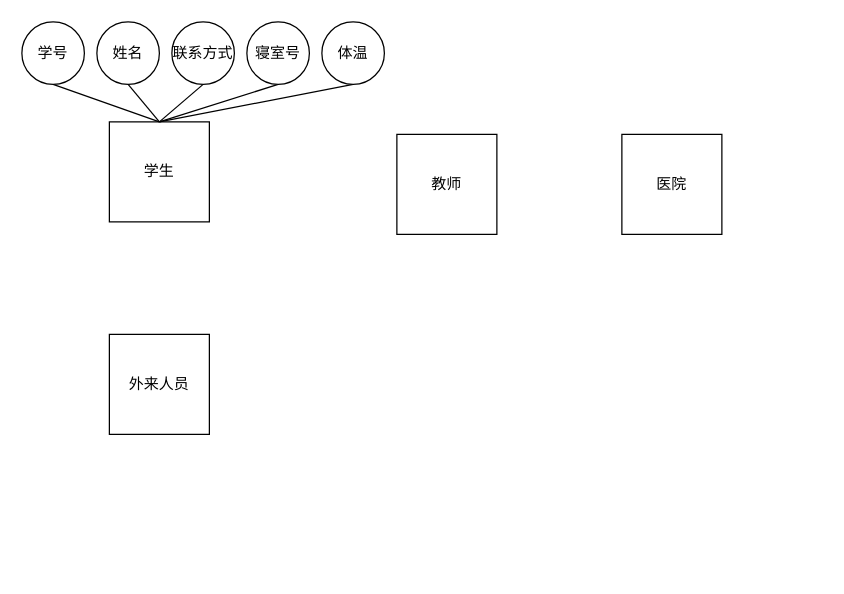
MrliuXing520/diagrams keeps this draw.io diagram as 数据库编程期末项目.drawio. Above is the earlier version. Source tidied: cells renumbered, new cells numbered last; positions are measured from the earlier drawing's top-left corner, leaving out a move shared by most shapes. Both pictures are drawn from the tidied source at 125%, with x=0, y=0 at pixel (21, 21).
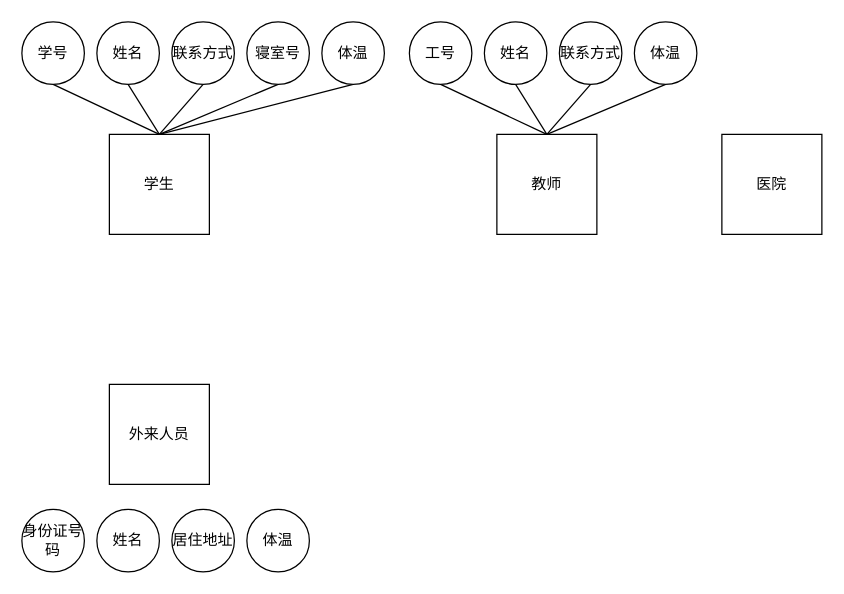
After the change.

Commit message:
更新数据库编程期末项目.drawio

Unchanged cells that the change refers to:
```xml
<mxCell id="11" value="联系方式" style="ellipse;whiteSpace=wrap;html=1;" parent="1" vertex="1">
  <mxGeometry x="120" width="50" height="50" as="geometry" />
</mxCell>
<mxCell id="13" value="寝室号" style="ellipse;whiteSpace=wrap;html=1;" parent="1" vertex="1">
  <mxGeometry x="180" width="50" height="50" as="geometry" />
</mxCell>
```

What changed in the source:
```diff
@@
     <mxCell id="2" value="学生" style="whiteSpace=wrap;html=1;" parent="1" vertex="1">
-      <mxGeometry x="70" y="80" width="80" height="80" as="geometry" />
+      <mxGeometry x="70" y="90" width="80" height="80" as="geometry" />
     </mxCell>
     <mxCell id="3" value="教师" style="whiteSpace=wrap;html=1;" parent="1" vertex="1">
-      <mxGeometry x="300" y="90" width="80" height="80" as="geometry" />
+      <mxGeometry x="380" y="90" width="80" height="80" as="geometry" />
     </mxCell>
     <mxCell id="4" value="医院" style="whiteSpace=wrap;html=1;" parent="1" vertex="1">
-      <mxGeometry x="480" y="90" width="80" height="80" as="geometry" />
+      <mxGeometry x="560" y="90" width="80" height="80" as="geometry" />
     </mxCell>
     <mxCell id="5" value="外来人员" style="whiteSpace=wrap;html=1;" parent="1" vertex="1">
-      <mxGeometry x="70" y="250" width="80" height="80" as="geometry" />
+      <mxGeometry x="70" y="290" width="80" height="80" as="geometry" />
     </mxCell>
@@
     <mxCell id="10" style="edgeStyle=none;rounded=0;jettySize=auto;html=1;exitX=0.5;exitY=1;exitDx=0;exitDy=0;endArrow=none;endFill=0;" parent="1" edge="1" source="11">
       <mxGeometry relative="1" as="geometry">
-        <mxPoint x="110" y="80" as="targetPoint" />
+        <mxPoint x="110" y="90" as="targetPoint" />
       </mxGeometry>
     </mxCell>
@@
     <mxCell id="12" style="edgeStyle=none;rounded=0;jettySize=auto;html=1;exitX=0.5;exitY=1;exitDx=0;exitDy=0;endArrow=none;endFill=0;" parent="1" edge="1" source="13">
       <mxGeometry relative="1" as="geometry">
-        <mxPoint x="110" y="80" as="targetPoint" />
+        <mxPoint x="110" y="90" as="targetPoint" />
       </mxGeometry>
     </mxCell>
@@
+    <mxCell id="16" style="rounded=0;jettySize=auto;html=1;exitX=0.5;exitY=1;exitDx=0;exitDy=0;entryX=0.5;entryY=0;entryDx=0;entryDy=0;endArrow=none;endFill=0;" parent="1" edge="1" source="17" target="3">
+      <mxGeometry relative="1" as="geometry" />
+    </mxCell>
+    <mxCell id="17" value="工号" style="ellipse;whiteSpace=wrap;html=1;" parent="1" vertex="1">
+      <mxGeometry x="310" width="50" height="50" as="geometry" />
+    </mxCell>
+    <mxCell id="18" style="edgeStyle=none;rounded=0;jettySize=auto;html=1;exitX=0.5;exitY=1;exitDx=0;exitDy=0;endArrow=none;endFill=0;" parent="1" edge="1" source="19">
+      <mxGeometry relative="1" as="geometry">
+        <mxPoint x="420" y="90" as="targetPoint" />
+      </mxGeometry>
+    </mxCell>
+    <mxCell id="19" value="姓名" style="ellipse;whiteSpace=wrap;html=1;" parent="1" vertex="1">
+      <mxGeometry x="370" width="50" height="50" as="geometry" />
+    </mxCell>
+    <mxCell id="20" style="edgeStyle=none;rounded=0;jettySize=auto;html=1;exitX=0.5;exitY=1;exitDx=0;exitDy=0;endArrow=none;endFill=0;" parent="1" edge="1" source="21">
+      <mxGeometry relative="1" as="geometry">
+        <mxPoint x="420" y="90" as="targetPoint" />
+      </mxGeometry>
+    </mxCell>
+    <mxCell id="21" value="联系方式" style="ellipse;whiteSpace=wrap;html=1;" parent="1" vertex="1">
+      <mxGeometry x="430" width="50" height="50" as="geometry" />
+    </mxCell>
+    <mxCell id="22" style="edgeStyle=none;rounded=0;jettySize=auto;html=1;exitX=0.5;exitY=1;exitDx=0;exitDy=0;endArrow=none;endFill=0;" parent="1" edge="1" source="23">
+      <mxGeometry relative="1" as="geometry">
+        <mxPoint x="420" y="90" as="targetPoint" />
+      </mxGeometry>
+    </mxCell>
+    <mxCell id="23" value="体温" style="ellipse;whiteSpace=wrap;html=1;" parent="1" vertex="1">
+      <mxGeometry x="490" width="50" height="50" as="geometry" />
+    </mxCell>
+    <mxCell id="24" value="身份证号码" style="ellipse;whiteSpace=wrap;html=1;" parent="1" vertex="1">
+      <mxGeometry y="390" width="50" height="50" as="geometry" />
+    </mxCell>
+    <mxCell id="25" value="姓名" style="ellipse;whiteSpace=wrap;html=1;" parent="1" vertex="1">
+      <mxGeometry x="60" y="390" width="50" height="50" as="geometry" />
+    </mxCell>
+    <mxCell id="26" value="居住地址" style="ellipse;whiteSpace=wrap;html=1;" parent="1" vertex="1">
+      <mxGeometry x="120" y="390" width="50" height="50" as="geometry" />
+    </mxCell>
+    <mxCell id="27" value="体温" style="ellipse;whiteSpace=wrap;html=1;" parent="1" vertex="1">
+      <mxGeometry x="180" y="390" width="50" height="50" as="geometry" />
+    </mxCell>
```
